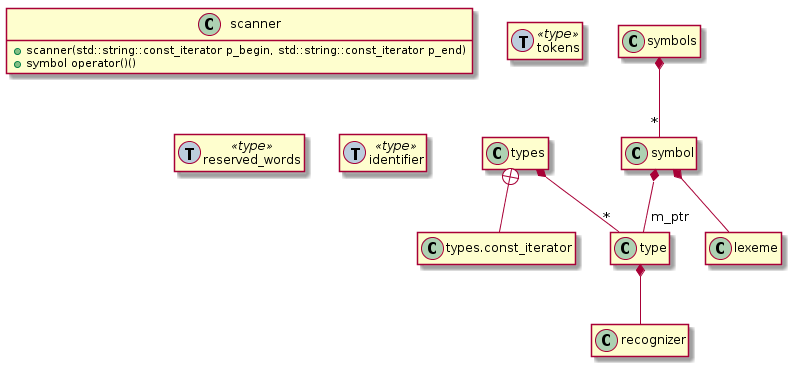
Above: code/interpreter/document/classes.png in rodrigocanellas/tenacitas (PlantUML), before the change.
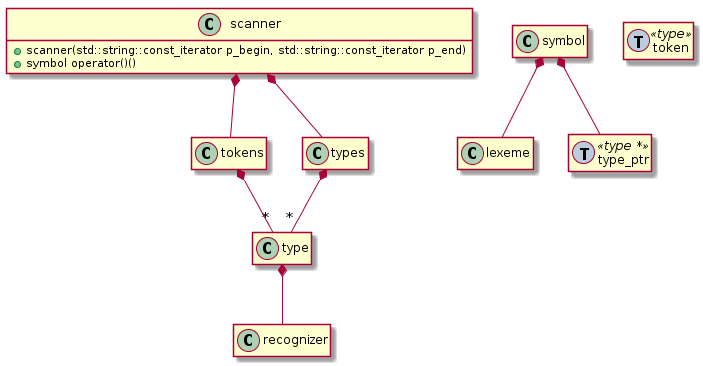
After the commit.

Commit message:
trying to use 'type' to implement 'tokens'

Change to the diagram source:
```diff
@@ -3,30 +3,27 @@
 hide empty members
 allow_mixing
 
-class type
-class types
-class lexeme
-class symbol
-class symbols
-class recognizer
 class scanner {
     + scanner(std::string::const_iterator p_begin, std::string::const_iterator p_end)
     + symbol operator()()
 }
+class symbol
+class lexeme
+class type_ptr <<(T,#BBCCDD) type *>>
+class token <<(T,#BBCCDD) type>>
+class tokens
+
 type *-- recognizer
 
-types +--types.const_iterator
-
-
-symbol *-- lexeme
-symbol *--  "m_ptr" type
-
-symbols *-- "*" symbol
+tokens *-- "*" type
 
 types *-- "*" type
 
-class  tokens <<(T,#BBCCDD) type>>
-class  reserved_words <<(T,#BBCCDD) type>>
-class  identifier <<(T,#BBCCDD) type>>
+symbol *-- lexeme
+symbol *-- type_ptr
+
+scanner *-- types
+scanner *-- tokens
+
 
 @enduml
```
